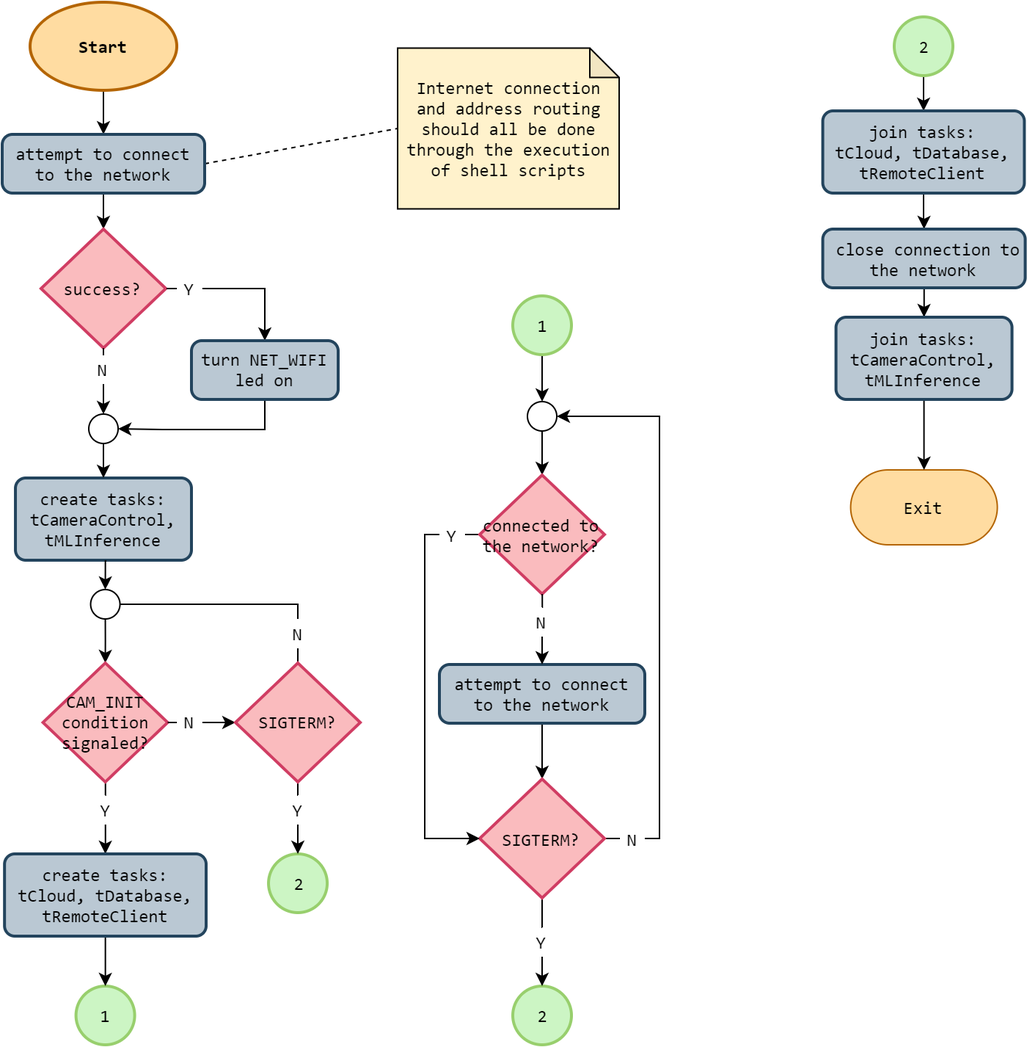
esrg-silent-howl/argos keeps this draw.io diagram as 3. Design/4. Software Specification/threads/thread-fc/thread-fc-main.png. Above is the earlier version. Source tidied: cells renumbered, new cells last; positions are measured from the earlier drawing's top-left corner, leaving out a move shared by most shapes.
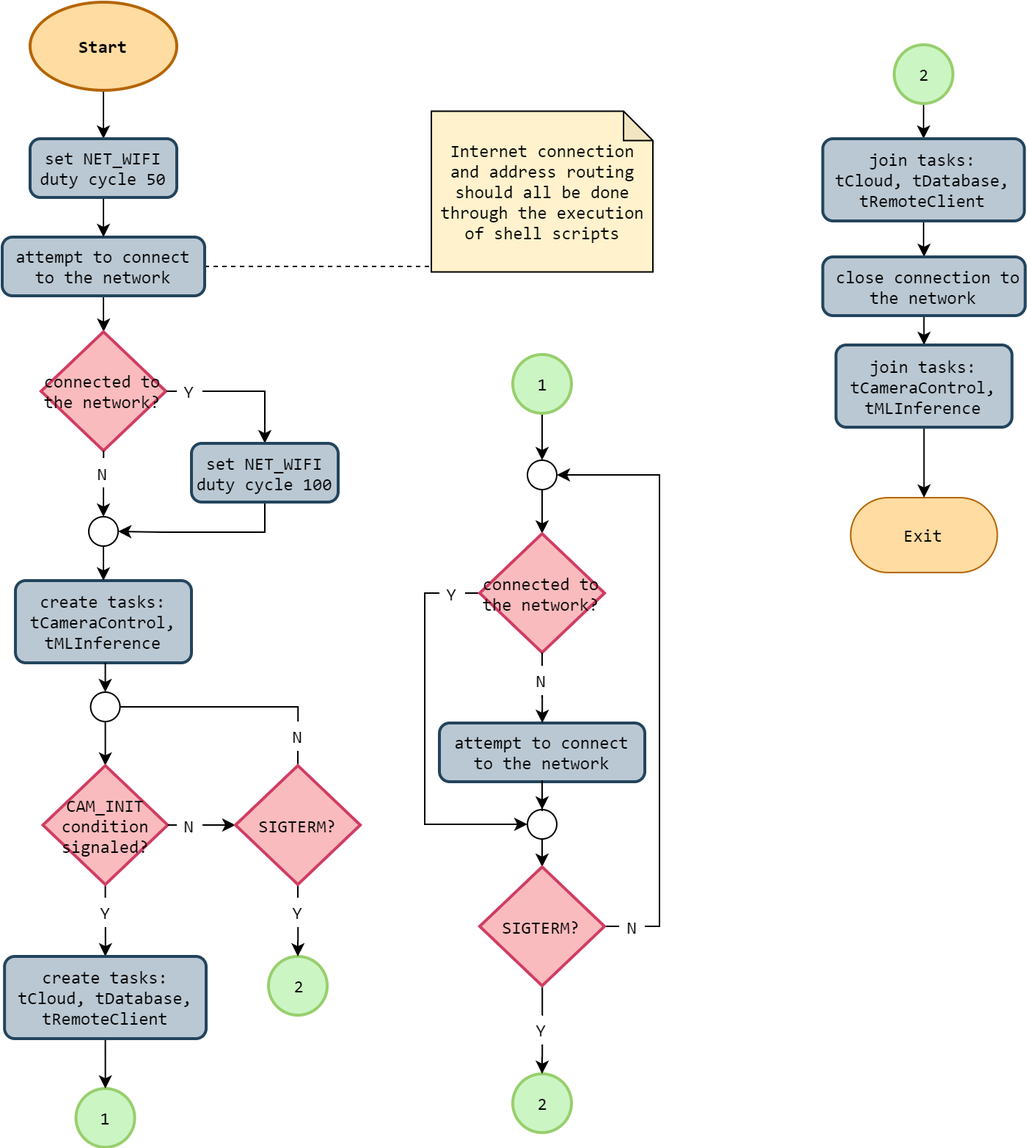
After the commit.

Change to the diagram source:
```diff
@@ -4,13 +4,15 @@
     <mxCell id="1" parent="0" />
-    <mxCell id="2" style="edgeStyle=orthogonalEdgeStyle;rounded=0;jettySize=auto;html=1;fontFamily=Consolas;" parent="1" edge="1" source="3" target="7">
-      <mxGeometry relative="1" as="geometry" />
-    </mxCell>
+    <mxCell id="71" style="edgeStyle=orthogonalEdgeStyle;rounded=0;jettySize=auto;html=1;entryX=0.5;entryY=0;entryDx=0;entryDy=0;" parent="1" edge="1" source="3" target="73">
+      <mxGeometry relative="1" as="geometry" />
+    </mxCell>
     <mxCell id="3" value="Start" style="strokeWidth=2;html=1;shape=mxgraph.flowchart.start_1;whiteSpace=wrap;fontStyle=1;strokeColor=#b46504;fillColor=#FFDCA1;fontFamily=Consolas;" parent="1" vertex="1">
-      <mxGeometry x="19" width="100" height="60" as="geometry" />
+      <mxGeometry x="19" y="-19" width="100" height="60" as="geometry" />
     </mxCell>
     <mxCell id="4" value="1" style="verticalLabelPosition=middle;verticalAlign=middle;html=1;shape=mxgraph.flowchart.on-page_reference;strokeWidth=2;align=center;labelPosition=center;fillColor=#CCF5C4;strokeColor=#98CF6D;fontFamily=Consolas;" parent="1" vertex="1">
-      <mxGeometry x="50.3" y="670" width="40" height="40" as="geometry" />
+      <mxGeometry x="50.3" y="721" width="40" height="40" as="geometry" />
     </mxCell>
-    <mxCell id="5" style="rounded=0;jettySize=auto;html=1;startArrow=none;startFill=0;endArrow=none;endFill=0;dashed=1;exitX=1;exitY=0.5;exitDx=0;exitDy=0;entryX=0;entryY=0.5;entryDx=0;entryDy=0;entryPerimeter=0;" parent="1" edge="1" source="7" target="8">
-      <mxGeometry relative="1" as="geometry" />
+    <mxCell id="5" style="rounded=0;jettySize=auto;html=1;startArrow=none;startFill=0;endArrow=none;endFill=0;dashed=1;exitX=1;exitY=0.5;exitDx=0;exitDy=0;entryX=0;entryY=0.5;entryDx=0;entryDy=0;entryPerimeter=0;" parent="1" edge="1" source="7">
+      <mxGeometry relative="1" as="geometry">
+        <mxPoint x="292.5" y="161" as="targetPoint" />
+      </mxGeometry>
     </mxCell>
@@ -20,6 +22,6 @@
     <mxCell id="7" value="attempt to connect to the network" style="rounded=1;whiteSpace=wrap;html=1;absoluteArcSize=1;arcSize=14;strokeWidth=2;fillColor=#bac8d3;strokeColor=#23445d;fontFamily=Consolas;" parent="1" vertex="1">
-      <mxGeometry y="90" width="138" height="40" as="geometry" />
+      <mxGeometry y="141" width="138" height="40" as="geometry" />
     </mxCell>
     <mxCell id="8" value="Internet connection and address routing should all be done through the execution of shell scripts" style="shape=note;html=1;backgroundOutline=1;darkOpacity=0.05;size=20;fillColor=#fff2cc;strokeColor=#000000;whiteSpace=wrap;fontFamily=Consolas;spacing=2;" parent="1" vertex="1">
-      <mxGeometry x="269.5" y="31.2" width="151" height="109.5" as="geometry" />
+      <mxGeometry x="292.5" y="55.2" width="151" height="109.5" as="geometry" />
     </mxCell>
@@ -28,4 +30,4 @@
         <Array as="points">
-          <mxPoint x="70" y="435" />
-          <mxPoint x="70" y="435" />
+          <mxPoint x="70" y="486" />
+          <mxPoint x="70" y="486" />
         </Array>
@@ -34,3 +36,3 @@
     <mxCell id="10" value="create tasks:&lt;br&gt;tCameraControl,&lt;br&gt;tMLInference" style="rounded=1;whiteSpace=wrap;html=1;absoluteArcSize=1;arcSize=14;strokeWidth=2;fillColor=#bac8d3;strokeColor=#23445d;fontFamily=Consolas;" parent="1" vertex="1">
-      <mxGeometry x="9" y="324" width="120" height="56" as="geometry" />
+      <mxGeometry x="9" y="375" width="120" height="56" as="geometry" />
     </mxCell>
@@ -39,3 +41,3 @@
         <Array as="points">
-          <mxPoint x="179" y="195" />
+          <mxPoint x="179" y="246" />
         </Array>
@@ -46,4 +48,4 @@
         <Array as="points">
-          <mxPoint x="69" y="260" />
-          <mxPoint x="69" y="260" />
+          <mxPoint x="69" y="311" />
+          <mxPoint x="69" y="311" />
         </Array>
@@ -51,4 +53,4 @@
     </mxCell>
-    <mxCell id="13" value="success?" style="strokeWidth=2;html=1;shape=mxgraph.flowchart.decision;whiteSpace=wrap;fillColor=#FABBBE;strokeColor=#D03D63;fontFamily=Consolas;" parent="1" vertex="1">
-      <mxGeometry x="26.5" y="154.5" width="85" height="81" as="geometry" />
+    <mxCell id="13" value="connected to the network?" style="strokeWidth=2;html=1;shape=mxgraph.flowchart.decision;whiteSpace=wrap;fillColor=#FABBBE;strokeColor=#D03D63;fontFamily=Consolas;" parent="1" vertex="1">
+      <mxGeometry x="26.5" y="205.5" width="85" height="81" as="geometry" />
     </mxCell>
@@ -57,4 +59,4 @@
         <Array as="points">
-          <mxPoint x="179" y="291" />
-          <mxPoint x="109" y="291" />
+          <mxPoint x="179" y="342" />
+          <mxPoint x="109" y="342" />
         </Array>
@@ -62,4 +64,4 @@
     </mxCell>
-    <mxCell id="15" value="turn NET_WIFI led on" style="rounded=1;whiteSpace=wrap;html=1;absoluteArcSize=1;arcSize=14;strokeWidth=2;fillColor=#bac8d3;strokeColor=#23445d;fontFamily=Consolas;" parent="1" vertex="1">
-      <mxGeometry x="129" y="230.5" width="100" height="40" as="geometry" />
+    <mxCell id="15" value="set NET_WIFI duty cycle 100" style="rounded=1;whiteSpace=wrap;html=1;absoluteArcSize=1;arcSize=14;strokeWidth=2;fillColor=#bac8d3;strokeColor=#23445d;fontFamily=Consolas;" parent="1" vertex="1">
+      <mxGeometry x="129" y="281.5" width="100" height="40" as="geometry" />
     </mxCell>
@@ -68,4 +70,4 @@
         <Array as="points">
-          <mxPoint x="69" y="310" />
-          <mxPoint x="69" y="310" />
+          <mxPoint x="69" y="361" />
+          <mxPoint x="69" y="361" />
         </Array>
@@ -74,6 +76,6 @@
     <mxCell id="17" style="ellipse;whiteSpace=wrap;html=1;fontFamily=Consolas;" parent="1" vertex="1">
-      <mxGeometry x="59" y="280.5" width="20" height="20" as="geometry" />
+      <mxGeometry x="59" y="331.5" width="20" height="20" as="geometry" />
     </mxCell>
     <mxCell id="18" value="Y" style="text;html=1;strokeColor=none;fillColor=none;align=center;verticalAlign=middle;whiteSpace=wrap;rounded=0;fontFamily=Consolas;" parent="1" vertex="1">
-      <mxGeometry x="119" y="185" width="17.5" height="20" as="geometry" />
+      <mxGeometry x="119" y="236" width="17.5" height="20" as="geometry" />
     </mxCell>
@@ -81,6 +83,6 @@
       <mxGeometry relative="1" as="geometry">
-        <mxPoint x="112" y="195" as="sourcePoint" />
+        <mxPoint x="112" y="246" as="sourcePoint" />
         <Array as="points">
-          <mxPoint x="112" y="195" />
-          <mxPoint x="112" y="195" />
+          <mxPoint x="112" y="246" />
+          <mxPoint x="112" y="246" />
         </Array>
@@ -89,3 +91,3 @@
     <mxCell id="20" value="N" style="text;html=1;strokeColor=none;fillColor=none;align=center;verticalAlign=middle;whiteSpace=wrap;rounded=0;fontFamily=Consolas;" parent="1" vertex="1">
-      <mxGeometry x="60.3" y="240.5" width="17.5" height="20" as="geometry" />
+      <mxGeometry x="60.3" y="291.5" width="17.5" height="20" as="geometry" />
     </mxCell>
@@ -94,4 +96,4 @@
         <Array as="points">
-          <mxPoint x="69" y="236" />
-          <mxPoint x="69" y="236" />
+          <mxPoint x="69" y="287" />
+          <mxPoint x="69" y="287" />
         </Array>
@@ -102,4 +104,4 @@
         <Array as="points">
-          <mxPoint x="143" y="490" />
-          <mxPoint x="168" y="491" />
+          <mxPoint x="143" y="541" />
+          <mxPoint x="168" y="542" />
         </Array>
@@ -110,4 +112,4 @@
         <Array as="points">
-          <mxPoint x="70" y="540" />
-          <mxPoint x="70" y="540" />
+          <mxPoint x="70" y="591" />
+          <mxPoint x="70" y="591" />
         </Array>
@@ -116,6 +118,6 @@
     <mxCell id="24" value="CAM_INIT condition signaled?" style="strokeWidth=2;html=1;shape=mxgraph.flowchart.decision;whiteSpace=wrap;fillColor=#FABBBE;strokeColor=#D03D63;fontFamily=Consolas;" parent="1" vertex="1">
-      <mxGeometry x="27.8" y="450" width="85" height="81" as="geometry" />
+      <mxGeometry x="27.8" y="501" width="85" height="81" as="geometry" />
     </mxCell>
     <mxCell id="25" style="ellipse;whiteSpace=wrap;html=1;fontFamily=Consolas;" parent="1" vertex="1">
-      <mxGeometry x="60.3" y="400" width="20" height="20" as="geometry" />
+      <mxGeometry x="60.3" y="451" width="20" height="20" as="geometry" />
     </mxCell>
@@ -124,3 +126,3 @@
         <Array as="points">
-          <mxPoint x="70" y="380" />
+          <mxPoint x="70" y="431" />
         </Array>
@@ -129,3 +131,3 @@
     <mxCell id="27" value="N" style="text;html=1;strokeColor=none;fillColor=none;align=center;verticalAlign=middle;whiteSpace=wrap;rounded=0;fontFamily=Consolas;" parent="1" vertex="1">
-      <mxGeometry x="119" y="480.5" width="17.5" height="20" as="geometry" />
+      <mxGeometry x="119" y="531.5" width="17.5" height="20" as="geometry" />
     </mxCell>
@@ -134,4 +136,4 @@
         <Array as="points">
-          <mxPoint x="119" y="491" />
-          <mxPoint x="119" y="491" />
+          <mxPoint x="119" y="542" />
+          <mxPoint x="119" y="542" />
         </Array>
@@ -143,3 +145,3 @@
     <mxCell id="30" value="Y" style="text;html=1;strokeColor=none;fillColor=none;align=center;verticalAlign=middle;whiteSpace=wrap;rounded=0;fontFamily=Consolas;" parent="1" vertex="1">
-      <mxGeometry x="61.6" y="540" width="17.5" height="20" as="geometry" />
+      <mxGeometry x="61.6" y="591" width="17.5" height="20" as="geometry" />
     </mxCell>
@@ -147,3 +149,3 @@
       <mxGeometry relative="1" as="geometry">
-        <mxPoint x="70.3" y="670" as="targetPoint" />
+        <mxPoint x="70.3" y="721" as="targetPoint" />
       </mxGeometry>
@@ -151,3 +153,3 @@
     <mxCell id="32" value="create tasks:&lt;br&gt;tCloud, tDatabase, tRemoteClient" style="rounded=1;whiteSpace=wrap;html=1;absoluteArcSize=1;arcSize=14;strokeWidth=2;fillColor=#bac8d3;strokeColor=#23445d;fontFamily=Consolas;" parent="1" vertex="1">
-      <mxGeometry x="1.6" y="580" width="137.4" height="56" as="geometry" />
+      <mxGeometry x="1.6" y="631" width="137.4" height="56" as="geometry" />
     </mxCell>
@@ -157,3 +159,3 @@
     <mxCell id="34" value="1" style="verticalLabelPosition=middle;verticalAlign=middle;html=1;shape=mxgraph.flowchart.on-page_reference;strokeWidth=2;align=center;labelPosition=center;fillColor=#CCF5C4;strokeColor=#98CF6D;fontFamily=Consolas;" parent="1" vertex="1">
-      <mxGeometry x="348" y="200" width="40" height="40" as="geometry" />
+      <mxGeometry x="348" y="221" width="40" height="40" as="geometry" />
     </mxCell>
@@ -161,6 +163,6 @@
       <mxGeometry relative="1" as="geometry">
-        <mxPoint x="201.5" y="440" as="targetPoint" />
+        <mxPoint x="201.5" y="491" as="targetPoint" />
         <Array as="points">
-          <mxPoint x="202" y="450" />
-          <mxPoint x="202" y="450" />
+          <mxPoint x="202" y="501" />
+          <mxPoint x="202" y="501" />
         </Array>
@@ -171,4 +173,4 @@
         <Array as="points">
-          <mxPoint x="202" y="540" />
-          <mxPoint x="202" y="540" />
+          <mxPoint x="202" y="591" />
+          <mxPoint x="202" y="591" />
         </Array>
@@ -177,3 +179,3 @@
     <mxCell id="37" value="SIGTERM?" style="strokeWidth=2;html=1;shape=mxgraph.flowchart.decision;whiteSpace=wrap;fillColor=#FABBBE;strokeColor=#D03D63;fontFamily=Consolas;" parent="1" vertex="1">
-      <mxGeometry x="159" y="450" width="85" height="81" as="geometry" />
+      <mxGeometry x="159" y="501" width="85" height="81" as="geometry" />
     </mxCell>
@@ -182,4 +184,4 @@
         <Array as="points">
-          <mxPoint x="169" y="410" />
-          <mxPoint x="169" y="410" />
+          <mxPoint x="169" y="461" />
+          <mxPoint x="169" y="461" />
         </Array>
@@ -188,6 +190,6 @@
     <mxCell id="39" value="N" style="text;html=1;strokeColor=none;fillColor=none;align=center;verticalAlign=middle;whiteSpace=wrap;rounded=0;fontFamily=Consolas;" parent="1" vertex="1">
-      <mxGeometry x="192.8" y="420" width="17.5" height="20" as="geometry" />
+      <mxGeometry x="192.8" y="471" width="17.5" height="20" as="geometry" />
     </mxCell>
     <mxCell id="40" value="2" style="verticalLabelPosition=middle;verticalAlign=middle;html=1;shape=mxgraph.flowchart.on-page_reference;strokeWidth=2;align=center;labelPosition=center;fillColor=#CCF5C4;strokeColor=#98CF6D;fontFamily=Consolas;" parent="1" vertex="1">
-      <mxGeometry x="181.5" y="580" width="40" height="40" as="geometry" />
+      <mxGeometry x="181.5" y="631" width="40" height="40" as="geometry" />
     </mxCell>
@@ -196,4 +198,4 @@
         <Array as="points">
-          <mxPoint x="202" y="561" />
-          <mxPoint x="202" y="561" />
+          <mxPoint x="202" y="612" />
+          <mxPoint x="202" y="612" />
         </Array>
@@ -202,3 +204,3 @@
     <mxCell id="42" value="Y" style="text;html=1;strokeColor=none;fillColor=none;align=center;verticalAlign=middle;whiteSpace=wrap;rounded=0;fontFamily=Consolas;" parent="1" vertex="1">
-      <mxGeometry x="192.8" y="540" width="17.5" height="20" as="geometry" />
+      <mxGeometry x="192.8" y="591" width="17.5" height="20" as="geometry" />
     </mxCell>
@@ -216,4 +218,4 @@
         <Array as="points">
-          <mxPoint x="368" y="301" />
-          <mxPoint x="368" y="301" />
+          <mxPoint x="368" y="322" />
+          <mxPoint x="368" y="322" />
         </Array>
@@ -224,4 +226,4 @@
         <Array as="points">
-          <mxPoint x="325" y="363" />
-          <mxPoint x="325" y="363" />
+          <mxPoint x="325" y="384" />
+          <mxPoint x="325" y="384" />
         </Array>
@@ -230,8 +232,8 @@
     <mxCell id="48" value="connected to the network?" style="strokeWidth=2;html=1;shape=mxgraph.flowchart.decision;whiteSpace=wrap;fillColor=#FABBBE;strokeColor=#D03D63;fontFamily=Consolas;" parent="1" vertex="1">
-      <mxGeometry x="325.5" y="322" width="85" height="81" as="geometry" />
+      <mxGeometry x="325.5" y="343" width="85" height="81" as="geometry" />
     </mxCell>
     <mxCell id="49" style="ellipse;whiteSpace=wrap;html=1;fontFamily=Consolas;" parent="1" vertex="1">
-      <mxGeometry x="358" y="272" width="20" height="20" as="geometry" />
+      <mxGeometry x="358" y="293" width="20" height="20" as="geometry" />
     </mxCell>
-    <mxCell id="50" style="edgeStyle=orthogonalEdgeStyle;rounded=0;jettySize=auto;html=1;entryX=0.5;entryY=0;entryDx=0;entryDy=0;entryPerimeter=0;startArrow=none;startFill=0;endArrow=classic;endFill=1;" parent="1" edge="1" source="51" target="57">
+    <mxCell id="50" style="edgeStyle=orthogonalEdgeStyle;rounded=0;jettySize=auto;html=1;entryX=0.5;entryY=0;entryDx=0;entryDy=0;entryPerimeter=0;startArrow=none;startFill=0;endArrow=classic;endFill=1;" parent="1" edge="1" source="74" target="57">
       <mxGeometry relative="1" as="geometry" />
@@ -239,3 +241,3 @@
     <mxCell id="51" value="attempt to connect to the network" style="rounded=1;whiteSpace=wrap;html=1;absoluteArcSize=1;arcSize=14;strokeWidth=2;fillColor=#bac8d3;strokeColor=#23445d;fontFamily=Consolas;" parent="1" vertex="1">
-      <mxGeometry x="298" y="451" width="140" height="40" as="geometry" />
+      <mxGeometry x="298" y="472" width="140" height="40" as="geometry" />
     </mxCell>
@@ -243,6 +245,6 @@
       <mxGeometry relative="1" as="geometry">
-        <mxPoint x="368.1" y="403" as="sourcePoint" />
+        <mxPoint x="368.1" y="424" as="sourcePoint" />
         <Array as="points">
-          <mxPoint x="368.5" y="412" />
-          <mxPoint x="368.5" y="412" />
+          <mxPoint x="368.5" y="433" />
+          <mxPoint x="368.5" y="433" />
         </Array>
@@ -253,4 +255,4 @@
         <Array as="points">
-          <mxPoint x="368" y="442" />
-          <mxPoint x="368" y="442" />
+          <mxPoint x="368" y="463" />
+          <mxPoint x="368" y="463" />
         </Array>
@@ -259,3 +261,3 @@
     <mxCell id="54" value="N" style="text;html=1;strokeColor=none;fillColor=none;align=center;verticalAlign=middle;whiteSpace=wrap;rounded=0;fontFamily=Consolas;" parent="1" vertex="1">
-      <mxGeometry x="359.3" y="412" width="17.5" height="20" as="geometry" />
+      <mxGeometry x="359.3" y="433" width="17.5" height="20" as="geometry" />
     </mxCell>
@@ -267,4 +269,4 @@
         <Array as="points">
-          <mxPoint x="421" y="570" />
-          <mxPoint x="421" y="570" />
+          <mxPoint x="421" y="611" />
+          <mxPoint x="421" y="611" />
         </Array>
@@ -273,3 +275,3 @@
     <mxCell id="57" value="SIGTERM?" style="strokeWidth=2;html=1;shape=mxgraph.flowchart.decision;whiteSpace=wrap;fillColor=#FABBBE;strokeColor=#D03D63;fontFamily=Consolas;" parent="1" vertex="1">
-      <mxGeometry x="325.5" y="529" width="85" height="81" as="geometry" />
+      <mxGeometry x="325.5" y="570" width="85" height="81" as="geometry" />
     </mxCell>
@@ -278,4 +280,4 @@
         <Array as="points">
-          <mxPoint x="448" y="570" />
-          <mxPoint x="448" y="282" />
+          <mxPoint x="448" y="611" />
+          <mxPoint x="448" y="303" />
         </Array>
@@ -284,3 +286,3 @@
     <mxCell id="59" value="2" style="verticalLabelPosition=middle;verticalAlign=middle;html=1;shape=mxgraph.flowchart.on-page_reference;strokeWidth=2;align=center;labelPosition=center;fillColor=#CCF5C4;strokeColor=#98CF6D;fontFamily=Consolas;" parent="1" vertex="1">
-      <mxGeometry x="348" y="670" width="40" height="40" as="geometry" />
+      <mxGeometry x="348" y="711" width="40" height="40" as="geometry" />
     </mxCell>
@@ -289,4 +291,4 @@
         <Array as="points">
-          <mxPoint x="368.5" y="651" />
-          <mxPoint x="368.5" y="651" />
+          <mxPoint x="368.5" y="692" />
+          <mxPoint x="368.5" y="692" />
         </Array>
@@ -295,9 +297,9 @@
     <mxCell id="61" value="Y" style="text;html=1;strokeColor=none;fillColor=none;align=center;verticalAlign=middle;whiteSpace=wrap;rounded=0;fontFamily=Consolas;" parent="1" vertex="1">
-      <mxGeometry x="359.3" y="630" width="17.5" height="20" as="geometry" />
+      <mxGeometry x="359.3" y="671" width="17.5" height="20" as="geometry" />
     </mxCell>
-    <mxCell id="62" style="edgeStyle=orthogonalEdgeStyle;rounded=0;jettySize=auto;html=1;entryX=0;entryY=0.5;entryDx=0;entryDy=0;entryPerimeter=0;startArrow=none;startFill=0;endArrow=classic;endFill=1;" parent="1" edge="1" source="63" target="57">
+    <mxCell id="62" style="edgeStyle=orthogonalEdgeStyle;rounded=0;jettySize=auto;html=1;entryX=0;entryY=0.5;entryDx=0;entryDy=0;startArrow=none;startFill=0;endArrow=classic;endFill=1;" parent="1" edge="1" source="63" target="74">
       <mxGeometry relative="1" as="geometry">
         <Array as="points">
-          <mxPoint x="288" y="363" />
-          <mxPoint x="288" y="570" />
+          <mxPoint x="288" y="383" />
+          <mxPoint x="288" y="541" />
         </Array>
@@ -306,6 +308,6 @@
     <mxCell id="63" value="Y" style="text;html=1;strokeColor=none;fillColor=none;align=center;verticalAlign=middle;whiteSpace=wrap;rounded=0;fontFamily=Consolas;" parent="1" vertex="1">
-      <mxGeometry x="298" y="352.5" width="17.5" height="20" as="geometry" />
+      <mxGeometry x="298" y="373.5" width="17.5" height="20" as="geometry" />
     </mxCell>
     <mxCell id="64" value="N" style="text;html=1;strokeColor=none;fillColor=none;align=center;verticalAlign=middle;whiteSpace=wrap;rounded=0;fontFamily=Consolas;" parent="1" vertex="1">
-      <mxGeometry x="420.5" y="559.5" width="17.5" height="20" as="geometry" />
+      <mxGeometry x="420.5" y="600.5" width="17.5" height="20" as="geometry" />
     </mxCell>
@@ -329,2 +331,14 @@
     </mxCell>
+    <mxCell id="72" style="edgeStyle=orthogonalEdgeStyle;rounded=0;jettySize=auto;html=1;entryX=0.5;entryY=0;entryDx=0;entryDy=0;" parent="1" edge="1" source="73" target="7">
+      <mxGeometry relative="1" as="geometry" />
+    </mxCell>
+    <mxCell id="73" value="set NET_WIFI duty cycle 50" style="rounded=1;whiteSpace=wrap;html=1;absoluteArcSize=1;arcSize=14;strokeWidth=2;fillColor=#bac8d3;strokeColor=#23445d;fontFamily=Consolas;" parent="1" vertex="1">
+      <mxGeometry x="19" y="74" width="100" height="40" as="geometry" />
+    </mxCell>
+    <mxCell id="74" style="ellipse;whiteSpace=wrap;html=1;fontFamily=Consolas;" parent="1" vertex="1">
+      <mxGeometry x="358" y="531" width="20" height="20" as="geometry" />
+    </mxCell>
+    <mxCell id="75" style="edgeStyle=orthogonalEdgeStyle;rounded=0;jettySize=auto;html=1;entryX=0.5;entryY=0;entryDx=0;entryDy=0;entryPerimeter=0;startArrow=none;startFill=0;endArrow=classic;endFill=1;" parent="1" edge="1" source="51" target="74">
+      <mxGeometry relative="1" as="geometry" />
+    </mxCell>
   </root>
```
